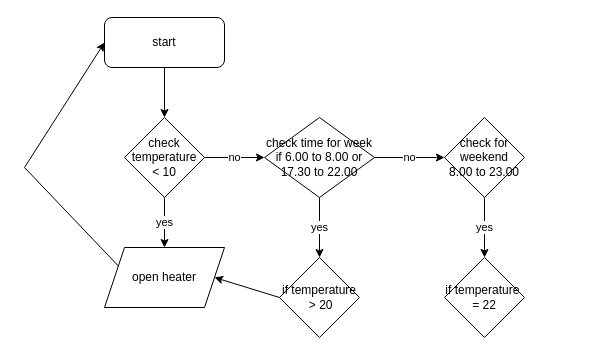
This is Untitled Diagram.drawio from asherre/AsherMetatas, a draw.io file, before an edit. Source tidied: cells renumbered, new cells numbered last; positions are measured from the earlier drawing's top-left corner, leaving out a move shared by most shapes. Both pictures are drawn from the tidied source at 100%, with x=0, y=0 at pixel (24, 17).
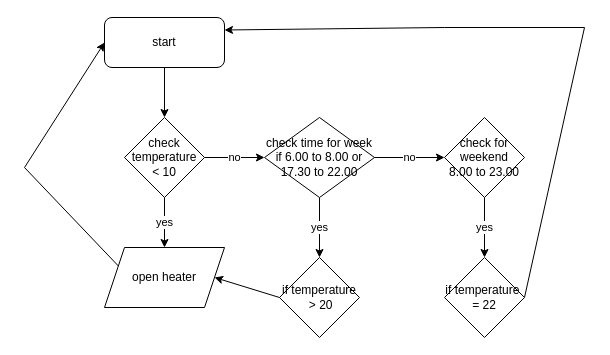
Above is the later version.

Unchanged cells that the change refers to:
```xml
<mxCell id="2" value="start" style="rounded=1;whiteSpace=wrap;html=1;" parent="1" vertex="1">
  <mxGeometry x="80" width="120" height="50" as="geometry" />
</mxCell>
```

What changed in the source:
```diff
@@
+    <mxCell id="17" style="endArrow=classic;html=1;rounded=0;entryX=1;entryY=0.25;entryDx=0;entryDy=0;" parent="1" edge="1" target="2">
+      <mxGeometry relative="1" as="geometry">
+        <mxPoint x="500" y="280" as="sourcePoint" />
+        <Array as="points">
+          <mxPoint x="560" y="10" />
+          <mxPoint x="420" y="10" />
+        </Array>
+      </mxGeometry>
+    </mxCell>
```
